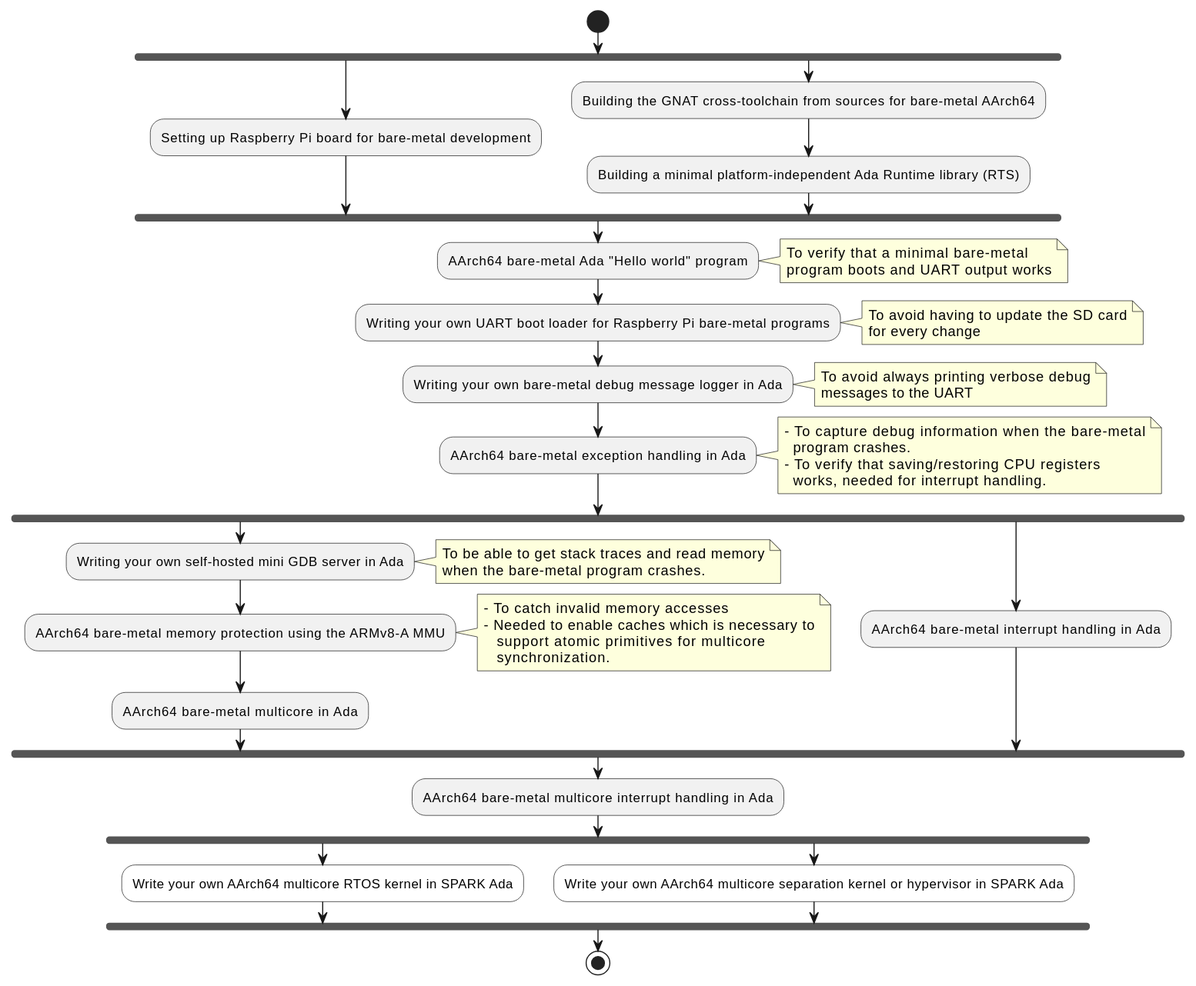
Before: docs/uml_diagrams/arch64_bare_metal_tutorial_road_map.svg, a diagram exported from PlantUML (jgrivera67/aarch64_bare_metal_ada).
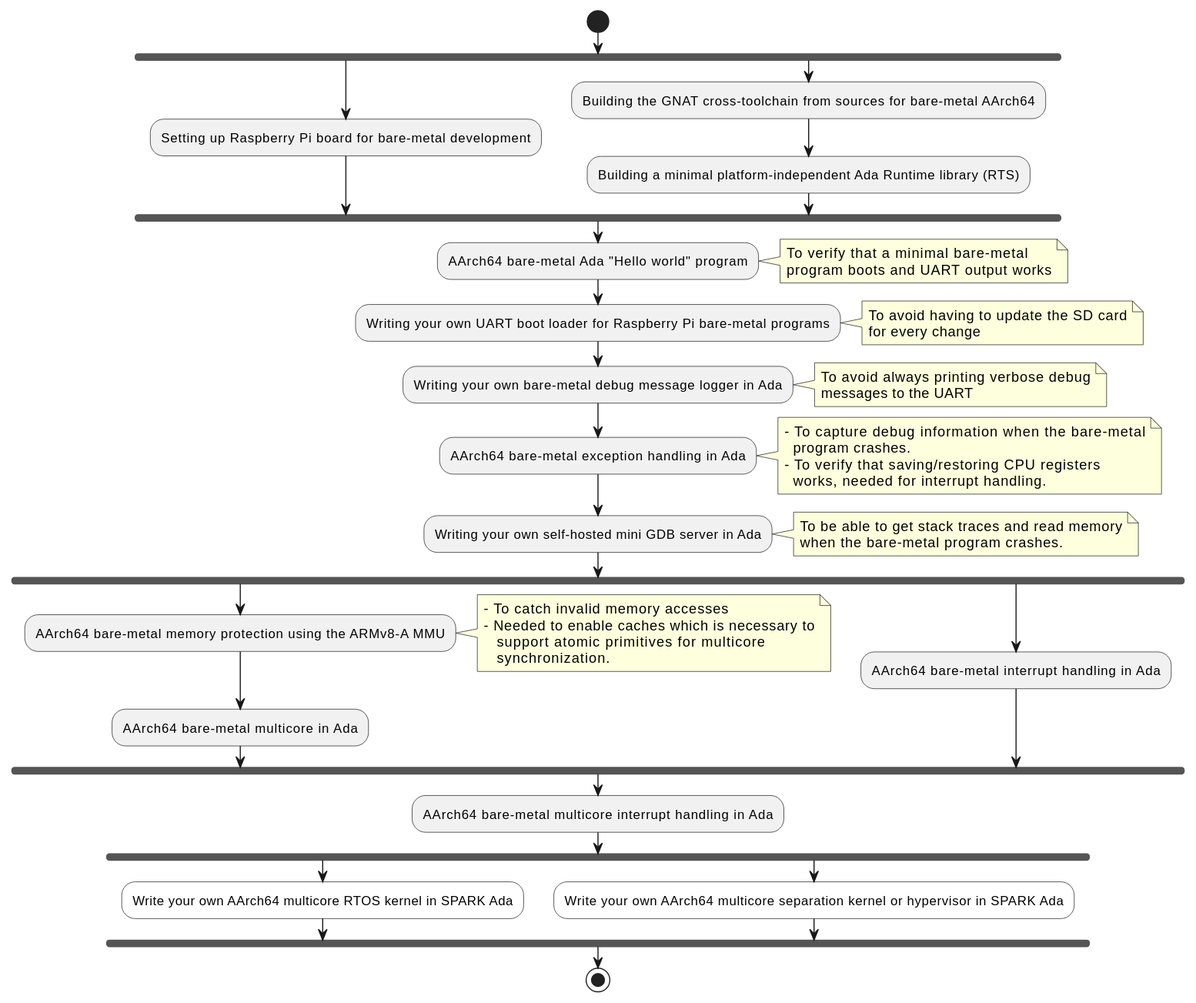
Above is the later version.

Diff of the diagram source:
```diff
@@ -28,12 +28,12 @@
   - To verify that saving/restoring CPU registers
     works, needed for interrupt handling.
 end note
+:Writing your own self-hosted mini GDB server in Ada;
+note right
+  To be able to get stack traces and read memory
+  when the bare-metal program crashes.
+end note
 fork
-   :Writing your own self-hosted mini GDB server in Ada;
-   note right
-   To be able to get stack traces and read memory
-   when the bare-metal program crashes.
-   end note
    :AArch64 bare-metal memory protection using the ARMv8-A MMU;
    note right
    - To catch invalid memory accesses
```
